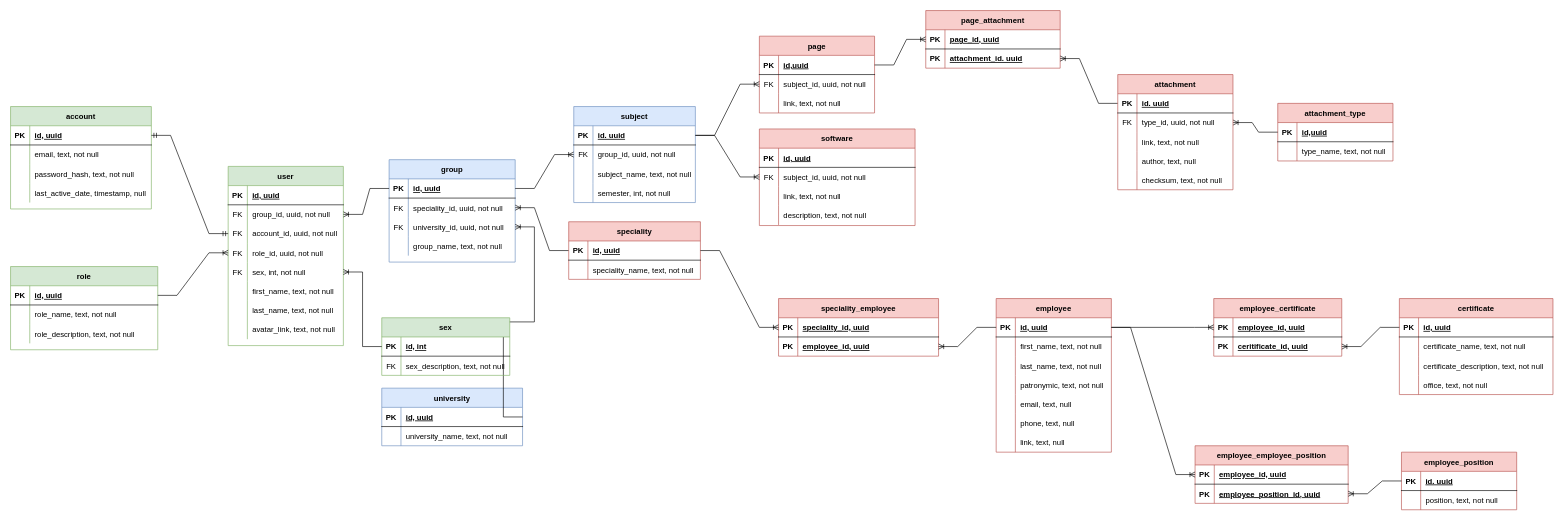
Above: databases/physical_erd_iogsothot.drawio in student-archive/docs (draw.io), before the change. Source tidied: cells renumbered, new cells numbered last; positions are measured from the earlier drawing's top-left corner, leaving out a move shared by most shapes. Both pictures are drawn from the tidied source at 64%, with x=0, y=0 at pixel (10, 10).
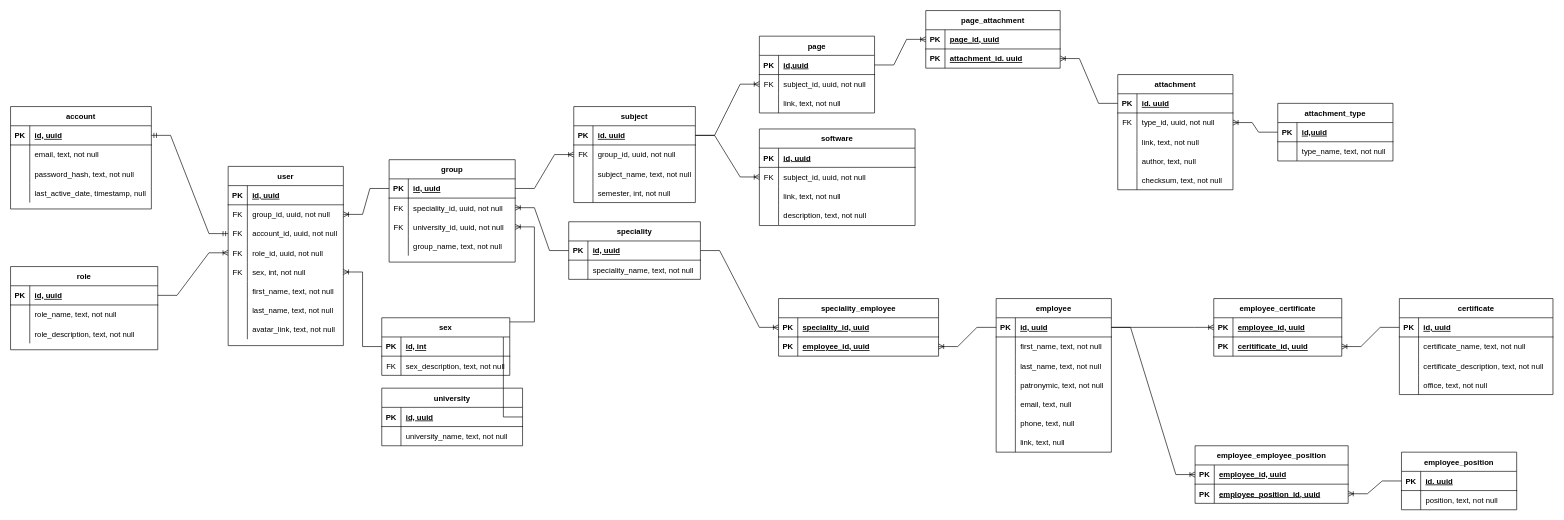
The same page after the edit.

Commit message:
fix(databases): recolor entities

The edit, as a diff of the source:
```diff
@@
-    <mxCell id="2" value="software" style="shape=table;startSize=30;childLayout=tableLayout;rowLines=0;fontStyle=1;align=center;fillColor=#f8cecc;strokeColor=#b85450;" parent="1" vertex="1">
+    <mxCell id="2" value="software" style="shape=table;startSize=30;childLayout=tableLayout;rowLines=0;fontStyle=1;align=center;" parent="1" vertex="1">
       <mxGeometry x="1170" y="185" width="243.3" height="150.9" as="geometry" />
     </mxCell>
@@
-    <mxCell id="15" value="group" style="shape=table;startSize=30;childLayout=tableLayout;rowLines=0;fontStyle=1;align=center;fillColor=#dae8fc;strokeColor=#6c8ebf;" parent="1" vertex="1">
+    <mxCell id="15" value="group" style="shape=table;startSize=30;childLayout=tableLayout;rowLines=0;fontStyle=1;align=center;" parent="1" vertex="1">
       <mxGeometry x="591.5" y="233" width="197" height="160" as="geometry" />
     </mxCell>
@@
-    <mxCell id="29" value="subject" style="shape=table;startSize=30;childLayout=tableLayout;rowLines=0;fontStyle=1;align=center;fillColor=#dae8fc;strokeColor=#6c8ebf;" parent="1" vertex="1">
+    <mxCell id="29" value="subject" style="shape=table;startSize=30;childLayout=tableLayout;rowLines=0;fontStyle=1;align=center;" parent="1" vertex="1">
       <mxGeometry x="880" y="150" width="190" height="150" as="geometry" />
     </mxCell>
@@
-    <mxCell id="43" value="attachment_type" style="shape=table;startSize=30;childLayout=tableLayout;rowLines=0;fontStyle=1;align=center;fillColor=#f8cecc;strokeColor=#b85450;" parent="1" vertex="1">
+    <mxCell id="43" value="attachment_type" style="shape=table;startSize=30;childLayout=tableLayout;rowLines=0;fontStyle=1;align=center;" parent="1" vertex="1">
       <mxGeometry x="1980" y="145" width="180" height="90" as="geometry" />
     </mxCell>
@@
-    <mxCell id="50" value="page" style="shape=table;startSize=30;childLayout=tableLayout;rowLines=0;fontStyle=1;align=center;fillColor=#f8cecc;strokeColor=#b85450;" parent="1" vertex="1">
+    <mxCell id="50" value="page" style="shape=table;startSize=30;childLayout=tableLayout;rowLines=0;fontStyle=1;align=center;" parent="1" vertex="1">
       <mxGeometry x="1170" y="40" width="180" height="120" as="geometry" />
     </mxCell>
@@
-    <mxCell id="62" value="account" style="shape=table;startSize=30;childLayout=tableLayout;rowLines=0;fontStyle=1;align=center;fillColor=#d5e8d4;strokeColor=#82b366;" parent="1" vertex="1">
+    <mxCell id="62" value="account" style="shape=table;startSize=30;childLayout=tableLayout;rowLines=0;fontStyle=1;align=center;" parent="1" vertex="1">
       <mxGeometry y="150" width="220" height="160" as="geometry" />
     </mxCell>
@@
-    <mxCell id="75" value="user" style="shape=table;startSize=30;childLayout=tableLayout;rowLines=0;fontStyle=1;align=center;fillColor=#d5e8d4;strokeColor=#82b366;" parent="1" vertex="1">
+    <mxCell id="75" value="user" style="shape=table;startSize=30;childLayout=tableLayout;rowLines=0;fontStyle=1;align=center;" parent="1" vertex="1">
       <mxGeometry x="340" y="243.5" width="180" height="280" as="geometry" />
     </mxCell>
@@
-    <mxCell id="100" value="role" style="shape=table;startSize=30;childLayout=tableLayout;rowLines=0;fontStyle=1;align=center;fillColor=#d5e8d4;strokeColor=#82b366;" parent="1" vertex="1">
+    <mxCell id="100" value="role" style="shape=table;startSize=30;childLayout=tableLayout;rowLines=0;fontStyle=1;align=center;" parent="1" vertex="1">
       <mxGeometry y="400" width="230" height="130" as="geometry" />
     </mxCell>
@@
-    <mxCell id="113" value="speciality" style="shape=table;startSize=30;childLayout=tableLayout;rowLines=0;fontStyle=1;align=center;fillColor=#f8cecc;strokeColor=#b85450;" parent="1" vertex="1">
+    <mxCell id="113" value="speciality" style="shape=table;startSize=30;childLayout=tableLayout;rowLines=0;fontStyle=1;align=center;" parent="1" vertex="1">
       <mxGeometry x="872.1" y="330" width="205.8" height="90" as="geometry" />
     </mxCell>
@@
-    <mxCell id="120" value="employee" style="shape=table;startSize=30;childLayout=tableLayout;rowLines=0;fontStyle=1;align=center;fillColor=#f8cecc;strokeColor=#b85450;" parent="1" vertex="1">
+    <mxCell id="120" value="employee" style="shape=table;startSize=30;childLayout=tableLayout;rowLines=0;fontStyle=1;align=center;" parent="1" vertex="1">
       <mxGeometry x="1540" y="450" width="180" height="240" as="geometry" />
     </mxCell>
@@
-    <mxCell id="142" value="сertificate" style="shape=table;startSize=30;childLayout=tableLayout;rowLines=0;fontStyle=1;align=center;fillColor=#f8cecc;strokeColor=#b85450;" parent="1" vertex="1">
+    <mxCell id="142" value="сertificate" style="shape=table;startSize=30;childLayout=tableLayout;rowLines=0;fontStyle=1;align=center;" parent="1" vertex="1">
       <mxGeometry x="2170" y="450" width="240" height="150" as="geometry" />
     </mxCell>
@@
-    <mxCell id="155" value="speciality_employee" style="shape=table;startSize=30;childLayout=tableLayout;rowLines=0;fontStyle=1;align=center;fillColor=#f8cecc;strokeColor=#b85450;" parent="1" vertex="1">
+    <mxCell id="155" value="speciality_employee" style="shape=table;startSize=30;childLayout=tableLayout;rowLines=0;fontStyle=1;align=center;" parent="1" vertex="1">
       <mxGeometry x="1200" y="450" width="250" height="90" as="geometry" />
     </mxCell>
@@
-    <mxCell id="164" value="employee_сertificate" style="shape=table;startSize=30;childLayout=tableLayout;rowLines=0;fontStyle=1;align=center;fillColor=#f8cecc;strokeColor=#b85450;" parent="1" vertex="1">
+    <mxCell id="164" value="employee_сertificate" style="shape=table;startSize=30;childLayout=tableLayout;rowLines=0;fontStyle=1;align=center;" parent="1" vertex="1">
       <mxGeometry x="1880" y="450" width="200" height="90" as="geometry" />
     </mxCell>
@@
-    <mxCell id="173" value="page_attachment" style="shape=table;startSize=30;childLayout=tableLayout;rowLines=0;fontStyle=1;align=center;fillColor=#f8cecc;strokeColor=#b85450;" parent="1" vertex="1">
+    <mxCell id="173" value="page_attachment" style="shape=table;startSize=30;childLayout=tableLayout;rowLines=0;fontStyle=1;align=center;" parent="1" vertex="1">
       <mxGeometry x="1430" width="210" height="90" as="geometry" />
     </mxCell>
@@
-    <mxCell id="183" value="employee_position" style="shape=table;startSize=30;childLayout=tableLayout;rowLines=0;fontStyle=1;align=center;fillColor=#f8cecc;strokeColor=#b85450;" parent="1" vertex="1">
+    <mxCell id="183" value="employee_position" style="shape=table;startSize=30;childLayout=tableLayout;rowLines=0;fontStyle=1;align=center;" parent="1" vertex="1">
       <mxGeometry x="2173.3" y="690" width="180" height="90" as="geometry" />
     </mxCell>
@@
-    <mxCell id="190" value="employee_employee_position" style="shape=table;startSize=30;childLayout=tableLayout;rowLines=0;fontStyle=1;align=center;fillColor=#f8cecc;strokeColor=#b85450;" parent="1" vertex="1">
+    <mxCell id="190" value="employee_employee_position" style="shape=table;startSize=30;childLayout=tableLayout;rowLines=0;fontStyle=1;align=center;" parent="1" vertex="1">
       <mxGeometry x="1850.8" y="680" width="239.2" height="90" as="geometry" />
     </mxCell>
@@
-    <mxCell id="199" value="university" style="shape=table;startSize=30;childLayout=tableLayout;rowLines=0;fontStyle=1;align=center;fillColor=#dae8fc;strokeColor=#6c8ebf;" parent="1" vertex="1">
+    <mxCell id="199" value="university" style="shape=table;startSize=30;childLayout=tableLayout;rowLines=0;fontStyle=1;align=center;" parent="1" vertex="1">
       <mxGeometry x="580" y="590" width="220" height="90" as="geometry" />
     </mxCell>
@@
-    <mxCell id="207" value="attachment" style="shape=table;startSize=30;childLayout=tableLayout;rowLines=0;fontStyle=1;align=center;fillColor=#f8cecc;strokeColor=#b85450;" parent="1" vertex="1">
+    <mxCell id="207" value="attachment" style="shape=table;startSize=30;childLayout=tableLayout;rowLines=0;fontStyle=1;align=center;" parent="1" vertex="1">
       <mxGeometry x="1730" y="100" width="180" height="180" as="geometry" />
     </mxCell>
@@
-    <mxCell id="223" value="sex" style="shape=table;startSize=30;childLayout=tableLayout;rowLines=0;fontStyle=1;align=center;fillColor=#d5e8d4;strokeColor=#82b366;" parent="1" vertex="1">
+    <mxCell id="223" value="sex" style="shape=table;startSize=30;childLayout=tableLayout;rowLines=0;fontStyle=1;align=center;" parent="1" vertex="1">
       <mxGeometry x="580" y="480" width="200" height="90" as="geometry" />
     </mxCell>
```
